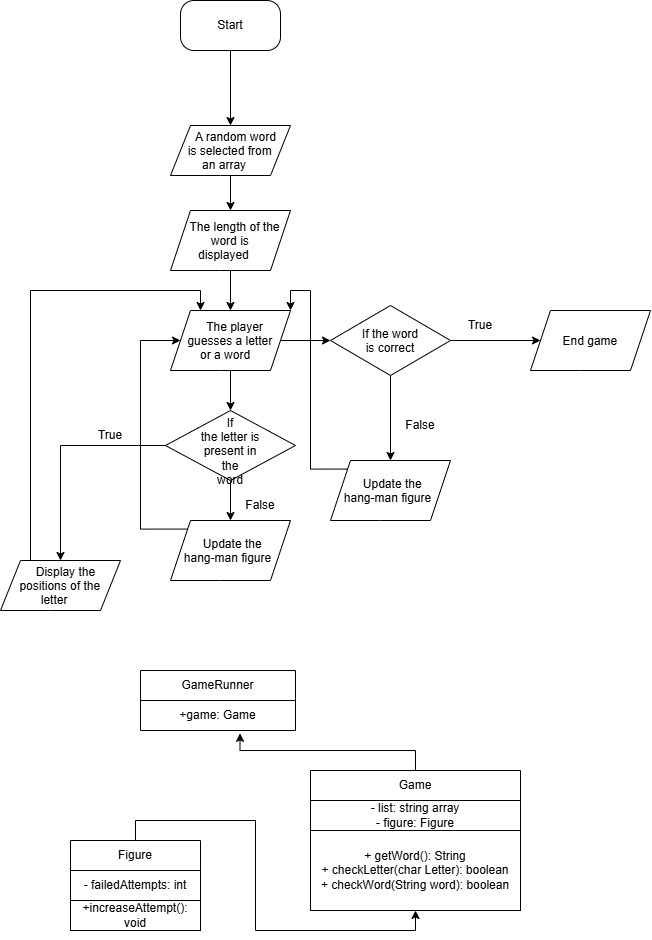
Earlier version of the draw.io export Project2.drawio.png (hellohumans1234321/Playground). Source tidied: cells renumbered, new cells last; positions are measured from the earlier drawing's top-left corner, leaving out a move shared by most shapes.
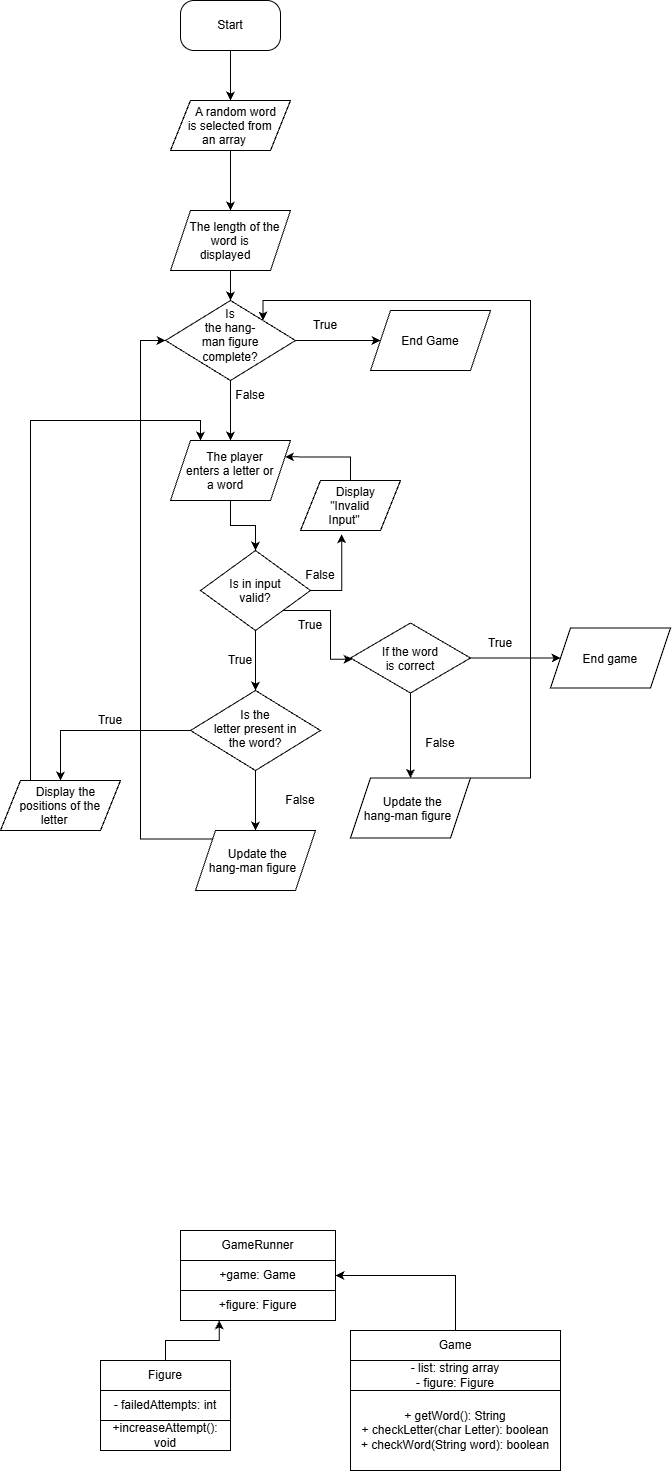
Above is the later version.

The edit, as a diff of the source:
```diff
@@ -6,28 +6,25 @@
       <mxGeometry relative="1" as="geometry" />
     </mxCell>
     <mxCell id="3" value="Start" style="rounded=1;whiteSpace=wrap;html=1;roundedPerimeter=1;arcSize=27;" parent="1" vertex="1">
-      <mxGeometry x="180" width="100" height="50" as="geometry" />
+      <mxGeometry x="250" width="100" height="50" as="geometry" />
     </mxCell>
     <mxCell id="4" style="edgeStyle=orthogonalEdgeStyle;rounded=0;jettySize=auto;html=1;defaultLabelBackgroundColor=gap;" parent="1" edge="1" source="5" target="7">
       <mxGeometry relative="1" as="geometry" />
     </mxCell>
     <mxCell id="5" value="A random word is selected from an array" style="shape=parallelogram;perimeter=parallelogramPerimeter;whiteSpace=wrap;html=1;shapeInside=1;fixedSize=1;rounded=1;roundedPerimeter=1;arcSize=0;" parent="1" vertex="1">
-      <mxGeometry x="170" y="125" width="120" height="50" as="geometry" />
+      <mxGeometry x="240" y="100" width="120" height="50" as="geometry" />
     </mxCell>
-    <mxCell id="6" style="edgeStyle=orthogonalEdgeStyle;rounded=0;jettySize=auto;html=1;defaultLabelBackgroundColor=gap;" parent="1" edge="1" source="7" target="10">
-      <mxGeometry relative="1" as="geometry" />
-    </mxCell>
+    <mxCell id="38" style="edgeStyle=orthogonalEdgeStyle;rounded=0;jettySize=auto;html=1;exitX=0.5;exitY=1;exitDx=0;exitDy=0;entryX=0.5;entryY=0;entryDx=0;entryDy=0;defaultLabelBackgroundColor=page;labelPadding=0 4;" parent="1" edge="1" source="7" target="53">
+      <mxGeometry relative="1" as="geometry" />
+    </mxCell>
-    <mxCell id="7" value="The length of the word is displayed&amp;nbsp;" style="shape=parallelogram;perimeter=parallelogramPerimeter;whiteSpace=wrap;html=1;shapeInside=1;fixedSize=1;rounded=1;roundedPerimeter=1;arcSize=0;" parent="1" vertex="1">
-      <mxGeometry x="170" y="210" width="120" height="60" as="geometry" />
+    <mxCell id="7" value="The length of the word is displayed" style="shape=parallelogram;perimeter=parallelogramPerimeter;whiteSpace=wrap;html=1;shapeInside=1;fixedSize=1;rounded=1;roundedPerimeter=1;arcSize=0;" parent="1" vertex="1">
+      <mxGeometry x="240" y="210" width="120" height="60" as="geometry" />
     </mxCell>
-    <mxCell id="8" style="edgeStyle=orthogonalEdgeStyle;rounded=0;jettySize=auto;html=1;defaultLabelBackgroundColor=gap;" parent="1" edge="1" source="10" target="13">
-      <mxGeometry relative="1" as="geometry" />
-    </mxCell>
-    <mxCell id="9" style="edgeStyle=orthogonalEdgeStyle;rounded=0;jettySize=auto;html=1;defaultLabelBackgroundColor=gap;" parent="1" edge="1" source="10" target="16">
-      <mxGeometry relative="1" as="geometry" />
-    </mxCell>
+    <mxCell id="39" style="edgeStyle=orthogonalEdgeStyle;rounded=0;jettySize=auto;html=1;exitX=0.5;exitY=1;exitDx=0;exitDy=0;entryX=0.5;entryY=0;entryDx=0;entryDy=0;defaultLabelBackgroundColor=page;labelPadding=0 4;" parent="1" edge="1" source="10" target="44">
+      <mxGeometry relative="1" as="geometry" />
+    </mxCell>
-    <mxCell id="10" value="The player guesses a letter or a word" style="shape=parallelogram;perimeter=parallelogramPerimeter;whiteSpace=wrap;html=1;shapeInside=1;fixedSize=1;rounded=1;roundedPerimeter=1;arcSize=0;" parent="1" vertex="1">
-      <mxGeometry x="170" y="310" width="120" height="60" as="geometry" />
+    <mxCell id="10" value="The player enters a letter or a word" style="shape=parallelogram;perimeter=parallelogramPerimeter;whiteSpace=wrap;html=1;shapeInside=1;fixedSize=1;rounded=1;roundedPerimeter=1;arcSize=0;" parent="1" vertex="1">
+      <mxGeometry x="240" y="440" width="120" height="60" as="geometry" />
     </mxCell>
     <mxCell id="11" style="edgeStyle=orthogonalEdgeStyle;rounded=0;jettySize=auto;html=1;defaultLabelBackgroundColor=gap;" parent="1" edge="1" source="13" target="18">
       <mxGeometry relative="1" as="geometry" />
@@ -35,8 +32,8 @@
     <mxCell id="12" style="edgeStyle=orthogonalEdgeStyle;rounded=0;jettySize=auto;html=1;defaultLabelBackgroundColor=gap;" parent="1" edge="1" source="13" target="20">
       <mxGeometry relative="1" as="geometry" />
     </mxCell>
-    <mxCell id="13" value="If the letter is present in the word" style="rhombus;whiteSpace=wrap;html=1;shapeInside=1;rounded=1;roundedPerimeter=1;arcSize=0;" parent="1" vertex="1">
-      <mxGeometry x="165" y="410" width="130" height="70" as="geometry" />
+    <mxCell id="13" value="Is the letter present in the word?" style="rhombus;whiteSpace=wrap;html=1;shapeInside=1;rounded=1;roundedPerimeter=1;arcSize=0;" parent="1" vertex="1">
+      <mxGeometry x="260" y="690" width="130" height="80" as="geometry" />
     </mxCell>
     <mxCell id="14" style="edgeStyle=orthogonalEdgeStyle;rounded=0;jettySize=auto;html=1;defaultLabelBackgroundColor=gap;" parent="1" edge="1" source="16" target="21">
       <mxGeometry relative="1" as="geometry" />
@@ -45,54 +42,63 @@
       <mxGeometry relative="1" as="geometry" />
     </mxCell>
     <mxCell id="16" value="If the word is correct" style="rhombus;whiteSpace=wrap;html=1;shapeInside=1;rounded=1;roundedPerimeter=1;arcSize=0;" parent="1" vertex="1">
-      <mxGeometry x="330" y="305" width="120" height="70" as="geometry" />
+      <mxGeometry x="420" y="622.5" width="120" height="70" as="geometry" />
     </mxCell>
     <mxCell id="17" style="edgeStyle=orthogonalEdgeStyle;rounded=0;jettySize=auto;html=1;exitX=0.25;exitY=0;exitDx=0;exitDy=0;entryX=0.25;entryY=0;entryDx=0;entryDy=0;defaultLabelBackgroundColor=gap;" parent="1" edge="1" source="18" target="10">
       <mxGeometry relative="1" as="geometry" />
     </mxCell>
     <mxCell id="18" value="Display the positions of the letter" style="shape=parallelogram;perimeter=parallelogramPerimeter;whiteSpace=wrap;html=1;shapeInside=1;fixedSize=1;rounded=1;roundedPerimeter=1;arcSize=0;" parent="1" vertex="1">
-      <mxGeometry y="560" width="120" height="50" as="geometry" />
+      <mxGeometry x="70" y="780" width="120" height="50" as="geometry" />
     </mxCell>
-    <mxCell id="19" style="edgeStyle=orthogonalEdgeStyle;rounded=0;jettySize=auto;html=1;exitX=0;exitY=0;exitDx=0;exitDy=0;entryX=0;entryY=0.5;entryDx=0;entryDy=0;defaultLabelBackgroundColor=gap;" parent="1" edge="1" source="20" target="10">
-      <mxGeometry relative="1" as="geometry">
+    <mxCell id="19" style="edgeStyle=orthogonalEdgeStyle;rounded=0;jettySize=auto;html=1;exitX=0;exitY=0;exitDx=0;exitDy=0;entryX=0;entryY=0.5;entryDx=0;entryDy=0;defaultLabelBackgroundColor=gap;" parent="1" edge="1" source="20" target="53">
+      <mxGeometry x="-0.19" relative="1" as="geometry">
         <Array as="points">
-          <mxPoint x="140" y="528.6" />
-          <mxPoint x="140" y="340" />
+          <mxPoint x="210" y="838.6" />
+          <mxPoint x="210" y="340" />
         </Array>
       </mxGeometry>
     </mxCell>
     <mxCell id="20" value="Update the hang-man figure" style="shape=parallelogram;perimeter=parallelogramPerimeter;whiteSpace=wrap;html=1;shapeInside=1;fixedSize=1;rounded=1;roundedPerimeter=1;arcSize=0;" parent="1" vertex="1">
-      <mxGeometry x="170" y="520" width="120" height="60" as="geometry" />
+      <mxGeometry x="265" y="830" width="120" height="60" as="geometry" />
     </mxCell>
     <mxCell id="21" value="End game" style="shape=parallelogram;perimeter=parallelogramPerimeter;whiteSpace=wrap;html=1;shapeInside=1;fixedSize=1;rounded=1;roundedPerimeter=1;arcSize=0;" parent="1" vertex="1">
-      <mxGeometry x="530" y="310" width="120" height="60" as="geometry" />
+      <mxGeometry x="620" y="627.5" width="120" height="60" as="geometry" />
     </mxCell>
-    <mxCell id="22" style="edgeStyle=orthogonalEdgeStyle;rounded=0;jettySize=auto;html=1;exitX=0;exitY=0;exitDx=0;exitDy=0;entryX=1;entryY=0;entryDx=0;entryDy=0;defaultLabelBackgroundColor=gap;" parent="1" edge="1" source="23" target="10">
-      <mxGeometry relative="1" as="geometry" />
-    </mxCell>
+    <mxCell id="40" style="edgeStyle=orthogonalEdgeStyle;rounded=0;jettySize=auto;html=1;exitX=1;exitY=0;exitDx=0;exitDy=0;entryX=1;entryY=0;entryDx=0;entryDy=0;defaultLabelBackgroundColor=page;labelPadding=0 4;" parent="1" edge="1" source="23" target="53">
+      <mxGeometry relative="1" as="geometry">
+        <Array as="points">
+          <mxPoint x="600" y="777.5" />
+          <mxPoint x="600" y="300" />
+          <mxPoint x="332.5" y="300" />
+        </Array>
+      </mxGeometry>
+    </mxCell>
     <mxCell id="23" value="Update the hang-man figure" style="shape=parallelogram;perimeter=parallelogramPerimeter;whiteSpace=wrap;html=1;shapeInside=1;fixedSize=1;rounded=1;roundedPerimeter=1;arcSize=0;" parent="1" vertex="1">
-      <mxGeometry x="330" y="460" width="120" height="60" as="geometry" />
+      <mxGeometry x="420" y="777.5" width="120" height="60" as="geometry" />
     </mxCell>
     <mxCell id="24" value="True" style="text;html=1;whiteSpace=wrap;strokeColor=none;fillColor=none;align=center;verticalAlign=middle;rounded=0;" parent="1" vertex="1">
-      <mxGeometry x="80" y="420" width="60" height="30" as="geometry" />
+      <mxGeometry x="150" y="705" width="60" height="30" as="geometry" />
     </mxCell>
     <mxCell id="25" value="False" style="text;html=1;whiteSpace=wrap;strokeColor=none;fillColor=none;align=center;verticalAlign=middle;rounded=0;" parent="1" vertex="1">
-      <mxGeometry x="230" y="490" width="60" height="30" as="geometry" />
+      <mxGeometry x="340" y="785" width="60" height="30" as="geometry" />
     </mxCell>
     <mxCell id="26" value="True" style="text;html=1;whiteSpace=wrap;strokeColor=none;fillColor=none;align=center;verticalAlign=middle;rounded=0;" parent="1" vertex="1">
-      <mxGeometry x="450" y="310" width="60" height="30" as="geometry" />
+      <mxGeometry x="540" y="627.5" width="60" height="30" as="geometry" />
     </mxCell>
     <mxCell id="27" value="False" style="text;html=1;whiteSpace=wrap;strokeColor=none;fillColor=none;align=center;verticalAlign=middle;rounded=0;" parent="1" vertex="1">
-      <mxGeometry x="390" y="410" width="60" height="30" as="geometry" />
+      <mxGeometry x="480" y="727.5" width="60" height="30" as="geometry" />
     </mxCell>
     <mxCell id="28" value="GameRunner" style="swimlane;fontStyle=0;horizontal=1;startSize=30;whiteSpace=wrap;html=1;" parent="1" vertex="1">
-      <mxGeometry x="140" y="670" width="155" height="60" as="geometry" />
+      <mxGeometry x="250" y="1230" width="155" height="90" as="geometry" />
     </mxCell>
     <mxCell id="29" value="+game: Game" style="text;html=1;whiteSpace=wrap;strokeColor=none;fillColor=none;align=center;verticalAlign=middle;rounded=0;" parent="28" vertex="1">
       <mxGeometry y="30" width="155" height="30" as="geometry" />
     </mxCell>
+    <mxCell id="41" value="+figure: Figure" style="text;html=1;whiteSpace=wrap;strokeColor=default;fillColor=none;align=center;verticalAlign=middle;rounded=0;" parent="28" vertex="1">
+      <mxGeometry y="60" width="155" height="30" as="geometry" />
+    </mxCell>
     <mxCell id="30" value="Game" style="swimlane;fontStyle=0;horizontal=1;startSize=30;whiteSpace=wrap;html=1;" parent="1" vertex="1">
-      <mxGeometry x="310" y="770" width="210" height="140" as="geometry" />
+      <mxGeometry x="420" y="1330" width="210" height="140" as="geometry" />
     </mxCell>
     <mxCell id="31" value="- list: string array&lt;div&gt;- figure: Figure&lt;/div&gt;" style="text;html=1;whiteSpace=wrap;strokeColor=none;fillColor=none;align=center;verticalAlign=middle;rounded=0;" parent="30" vertex="1">
       <mxGeometry y="30" width="210" height="30" as="geometry" />
@@ -100,11 +106,11 @@
     <mxCell id="32" value="+ getWord(): String&lt;div&gt;+ checkLetter(char Letter): boolean&lt;/div&gt;&lt;div&gt;+ checkWord(String word): boolean&lt;/div&gt;" style="text;html=1;whiteSpace=wrap;strokeColor=default;fillColor=none;align=center;verticalAlign=middle;rounded=0;" parent="30" vertex="1">
       <mxGeometry y="60" width="210" height="80" as="geometry" />
     </mxCell>
-    <mxCell id="33" style="edgeStyle=orthogonalEdgeStyle;rounded=0;jettySize=auto;html=1;exitX=0.5;exitY=0;exitDx=0;exitDy=0;defaultLabelBackgroundColor=gap;entryX=0.5;entryY=1;entryDx=0;entryDy=0;" parent="1" edge="1" source="34" target="30">
+    <mxCell id="33" style="edgeStyle=orthogonalEdgeStyle;rounded=0;jettySize=auto;html=1;exitX=0.5;exitY=0;exitDx=0;exitDy=0;defaultLabelBackgroundColor=gap;entryX=0.25;entryY=1;entryDx=0;entryDy=0;" parent="1" edge="1" source="34" target="28">
       <mxGeometry relative="1" as="geometry" />
     </mxCell>
     <mxCell id="34" value="Figure" style="swimlane;fontStyle=0;horizontal=1;startSize=30;whiteSpace=wrap;html=1;" parent="1" vertex="1">
-      <mxGeometry x="70" y="840" width="130" height="90" as="geometry" />
+      <mxGeometry x="170" y="1360" width="130" height="90" as="geometry" />
     </mxCell>
     <mxCell id="35" value="- failedAttempts: int" style="text;html=1;whiteSpace=wrap;strokeColor=none;fillColor=none;align=center;verticalAlign=middle;rounded=0;" parent="34" vertex="1">
       <mxGeometry y="30" width="130" height="30" as="geometry" />
@@ -112,8 +118,53 @@
     <mxCell id="36" value="+increaseAttempt(): void" style="text;html=1;whiteSpace=wrap;align=center;verticalAlign=middle;rounded=0;perimeterSpacing=1;strokeColor=default;" parent="34" vertex="1">
       <mxGeometry y="60" width="130" height="30" as="geometry" />
     </mxCell>
-    <mxCell id="37" style="edgeStyle=orthogonalEdgeStyle;rounded=0;jettySize=auto;html=1;exitX=0.5;exitY=0;exitDx=0;exitDy=0;entryX=0.642;entryY=1.094;entryDx=0;entryDy=0;entryPerimeter=0;defaultLabelBackgroundColor=gap;" parent="1" edge="1" source="30" target="29">
+    <mxCell id="37" style="edgeStyle=orthogonalEdgeStyle;rounded=0;jettySize=auto;html=1;exitX=0.5;exitY=0;exitDx=0;exitDy=0;entryX=1;entryY=0.5;entryDx=0;entryDy=0;defaultLabelBackgroundColor=gap;" parent="1" edge="1" source="30" target="28">
       <mxGeometry relative="1" as="geometry" />
     </mxCell>
+    <mxCell id="42" style="edgeStyle=orthogonalEdgeStyle;rounded=0;jettySize=auto;html=1;exitX=0.5;exitY=1;exitDx=0;exitDy=0;entryX=0.5;entryY=0;entryDx=0;entryDy=0;defaultLabelBackgroundColor=page;labelPadding=0 4;" parent="1" edge="1" source="44" target="13">
+      <mxGeometry relative="1" as="geometry" />
+    </mxCell>
+    <mxCell id="43" style="edgeStyle=orthogonalEdgeStyle;rounded=0;jettySize=auto;html=1;exitX=1;exitY=1;exitDx=0;exitDy=0;entryX=0;entryY=0.519;entryDx=0;entryDy=0;defaultLabelBackgroundColor=page;labelPadding=0 4;" parent="1" edge="1" source="44" target="16">
+      <mxGeometry relative="1" as="geometry" />
+    </mxCell>
+    <mxCell id="44" value="Is in input valid?" style="rhombus;whiteSpace=wrap;html=1;shapeInside=1;" parent="1" vertex="1">
+      <mxGeometry x="270" y="550" width="110" height="80" as="geometry" />
+    </mxCell>
+    <mxCell id="45" value="True" style="text;html=1;whiteSpace=wrap;strokeColor=none;fillColor=none;align=center;verticalAlign=middle;rounded=0;" parent="1" vertex="1">
+      <mxGeometry x="280" y="645" width="60" height="30" as="geometry" />
+    </mxCell>
+    <mxCell id="46" value="True" style="text;html=1;whiteSpace=wrap;strokeColor=none;fillColor=none;align=center;verticalAlign=middle;rounded=0;" parent="1" vertex="1">
+      <mxGeometry x="350" y="610" width="60" height="30" as="geometry" />
+    </mxCell>
+    <mxCell id="47" value="False" style="text;html=1;whiteSpace=wrap;strokeColor=none;fillColor=none;align=center;verticalAlign=middle;rounded=0;" parent="1" vertex="1">
+      <mxGeometry x="360" y="560" width="60" height="30" as="geometry" />
+    </mxCell>
+    <mxCell id="48" style="edgeStyle=orthogonalEdgeStyle;rounded=0;jettySize=auto;html=1;exitX=0.5;exitY=0;exitDx=0;exitDy=0;entryX=1;entryY=0.25;entryDx=0;entryDy=0;defaultLabelBackgroundColor=page;labelPadding=0 4;" parent="1" edge="1" source="49" target="10">
+      <mxGeometry relative="1" as="geometry" />
+    </mxCell>
+    <mxCell id="49" value="Display &quot;Invalid Input&quot;" style="shape=parallelogram;perimeter=parallelogramPerimeter;whiteSpace=wrap;html=1;shapeInside=1;fixedSize=1;" parent="1" vertex="1">
+      <mxGeometry x="370" y="480" width="100" height="50" as="geometry" />
+    </mxCell>
+    <mxCell id="50" style="edgeStyle=orthogonalEdgeStyle;rounded=0;jettySize=auto;html=1;exitX=1;exitY=0.5;exitDx=0;exitDy=0;entryX=0.412;entryY=1.073;entryDx=0;entryDy=0;entryPerimeter=0;defaultLabelBackgroundColor=page;labelPadding=0 4;" parent="1" edge="1" source="44" target="49">
+      <mxGeometry relative="1" as="geometry" />
+    </mxCell>
+    <mxCell id="51" style="edgeStyle=orthogonalEdgeStyle;rounded=0;jettySize=auto;html=1;exitX=0.5;exitY=1;exitDx=0;exitDy=0;entryX=0.5;entryY=0;entryDx=0;entryDy=0;defaultLabelBackgroundColor=page;labelPadding=0 4;" parent="1" edge="1" source="53" target="10">
+      <mxGeometry relative="1" as="geometry" />
+    </mxCell>
+    <mxCell id="52" style="edgeStyle=orthogonalEdgeStyle;rounded=0;jettySize=auto;html=1;exitX=1;exitY=0.5;exitDx=0;exitDy=0;defaultLabelBackgroundColor=page;labelPadding=0 4;entryX=0;entryY=0.5;entryDx=0;entryDy=0;" parent="1" edge="1" source="53" target="56">
+      <mxGeometry relative="1" as="geometry" />
+    </mxCell>
+    <mxCell id="53" value="Is the hang-man figure complete?" style="rhombus;whiteSpace=wrap;html=1;shapeInside=1;" parent="1" vertex="1">
+      <mxGeometry x="235" y="300" width="130" height="80" as="geometry" />
+    </mxCell>
+    <mxCell id="54" value="True" style="text;html=1;whiteSpace=wrap;strokeColor=none;fillColor=none;align=center;verticalAlign=middle;rounded=0;" parent="1" vertex="1">
+      <mxGeometry x="365" y="310" width="60" height="30" as="geometry" />
+    </mxCell>
+    <mxCell id="55" value="False" style="text;html=1;whiteSpace=wrap;strokeColor=none;fillColor=none;align=center;verticalAlign=middle;rounded=0;" parent="1" vertex="1">
+      <mxGeometry x="290" y="380" width="60" height="30" as="geometry" />
+    </mxCell>
+    <mxCell id="56" value="End Game" style="shape=parallelogram;perimeter=parallelogramPerimeter;whiteSpace=wrap;html=1;shapeInside=1;fixedSize=1;" parent="1" vertex="1">
+      <mxGeometry x="440" y="310" width="120" height="60" as="geometry" />
+    </mxCell>
   </root>
 </mxGraphModel>
```
